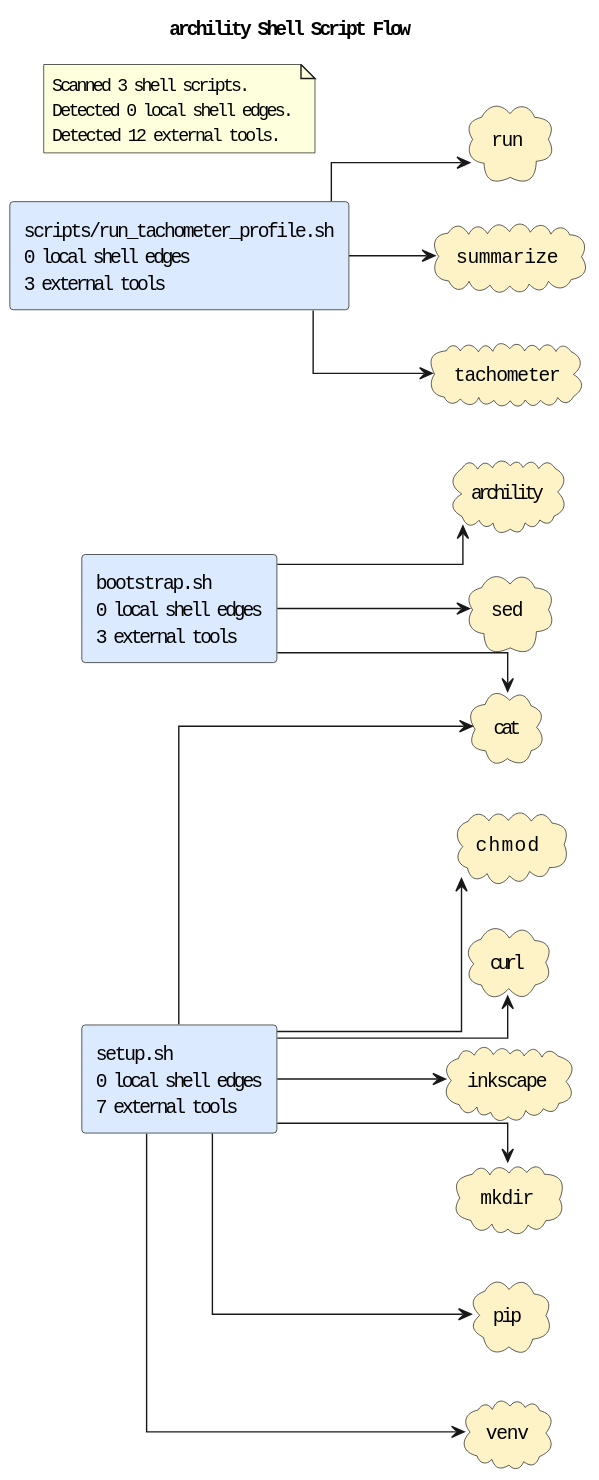
Before: docs/diagrams/shell-call-graph.puml.svg, a diagram exported from PlantUML (casonk/archility).
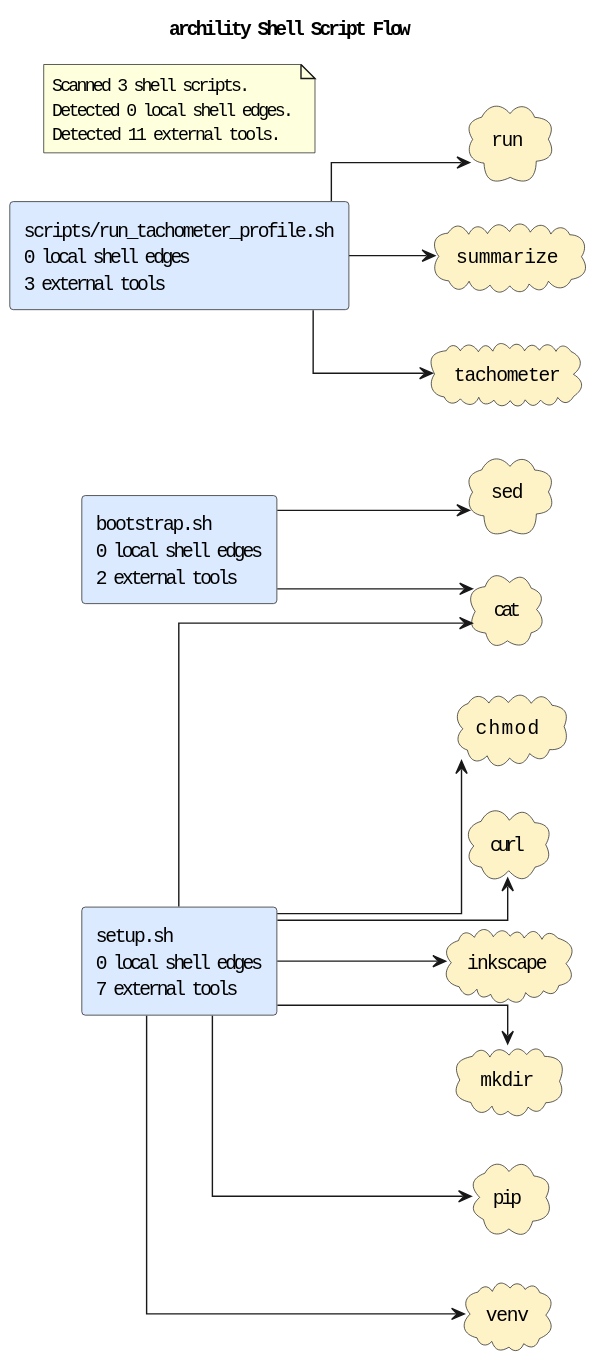
The same diagram one commit later.

What changed in the source:
```diff
@@ -5,10 +5,9 @@
 skinparam defaultFontName Monospace
 skinparam componentStyle rectangle
 skinparam linetype ortho
-rectangle "bootstrap.sh\n0 local shell edges\n3 external tools" as shell_bootstrap_sh #DBEAFE
+rectangle "bootstrap.sh\n0 local shell edges\n2 external tools" as shell_bootstrap_sh #DBEAFE
 rectangle "scripts/run_tachometer_profile.sh\n0 local shell edges\n3 external tools" as shell_scripts_run_tachometer_profile_sh #DBEAFE
 rectangle "setup.sh\n0 local shell edges\n7 external tools" as shell_setup_sh #DBEAFE
-cloud "archility" as tool_archility #FEF3C7
 cloud "cat" as tool_cat #FEF3C7
 cloud "chmod" as tool_chmod #FEF3C7
 cloud "curl" as tool_curl #FEF3C7
@@ -20,7 +19,6 @@
 cloud "summarize" as tool_summarize #FEF3C7
 cloud "tachometer" as tool_tachometer #FEF3C7
 cloud "venv" as tool_venv #FEF3C7
-shell_bootstrap_sh --> tool_archility
 shell_bootstrap_sh --> tool_cat
 shell_bootstrap_sh --> tool_sed
 shell_scripts_run_tachometer_profile_sh --> tool_run
@@ -36,6 +34,6 @@
 note as shellGraphSummary
 Scanned 3 shell scripts.
 Detected 0 local shell edges.
-Detected 12 external tools.
+Detected 11 external tools.
 end note
 @enduml
```
